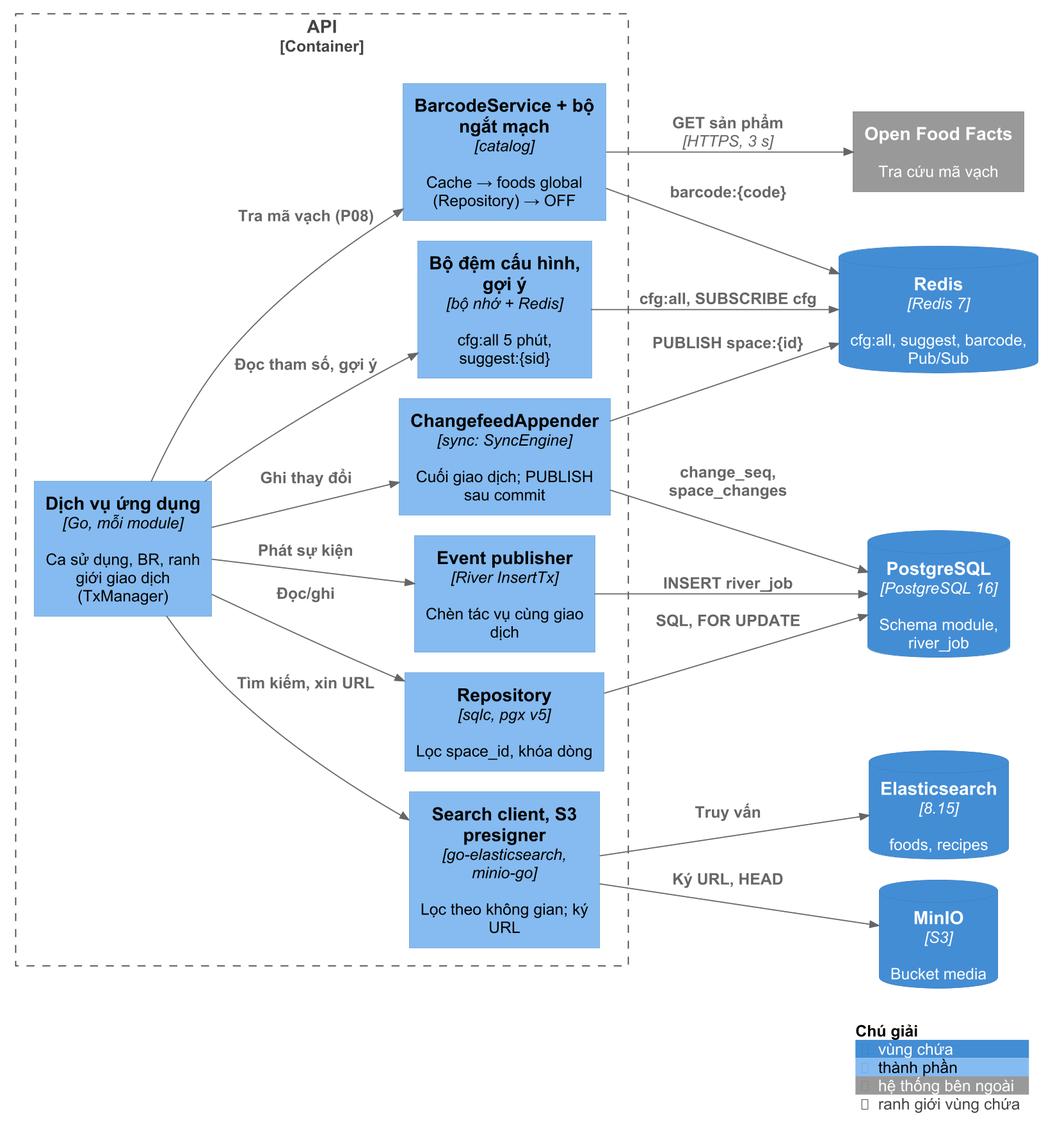
PhucNguyen204/report-project keeps this PlantUML diagram as figures/diagrams/c3-05b-c4-thanh-phan-api-ra.png. Above is the earlier version.
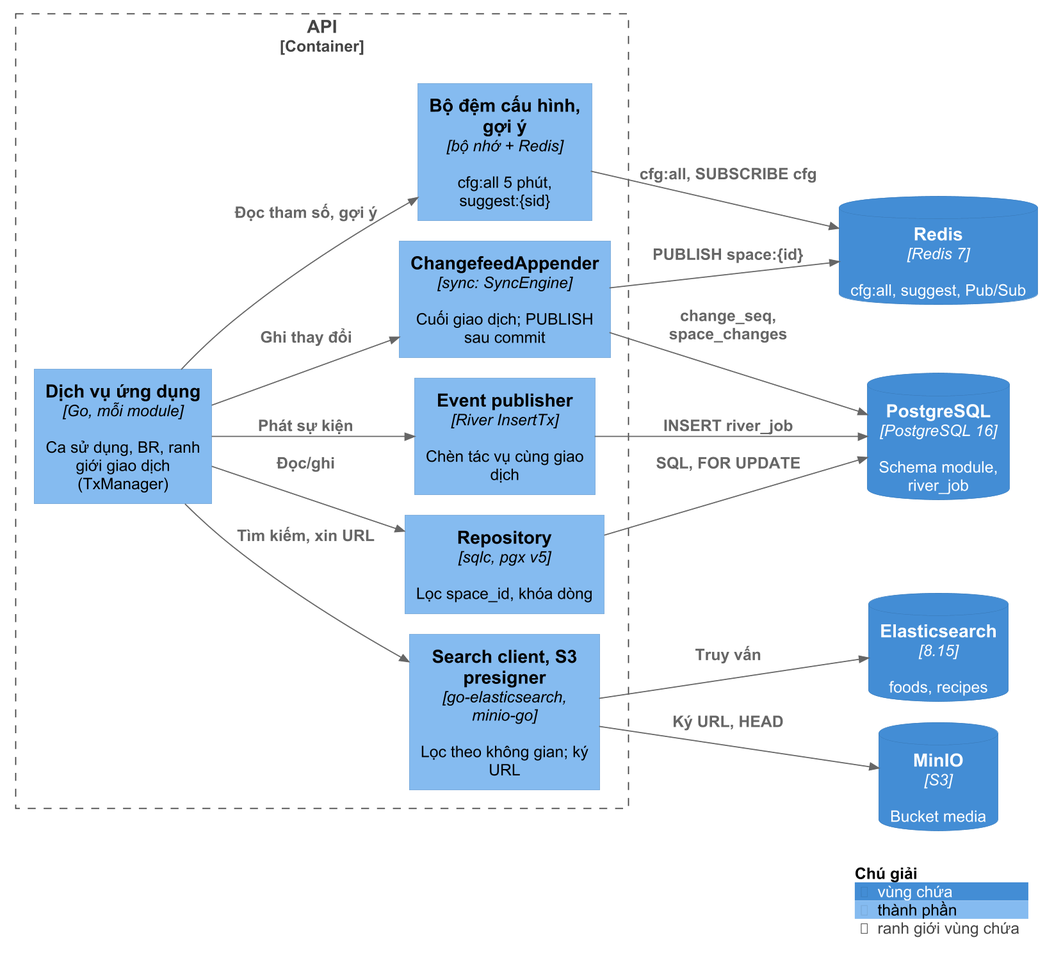
After the commit.

What changed in the source:
```diff
@@ -18,7 +18,6 @@
 
 Container_Boundary(api, "API") {
   Component(svc, "Dịch vụ ứng dụng", "Go, mỗi module", "Ca sử dụng, BR, ranh giới giao dịch (TxManager)")
-  Component(bc, "BarcodeService + bộ ngắt mạch", "catalog", "Cache → foods global (Repository) → OFF")
   Component(cache, "Bộ đệm cấu hình, gợi ý", "bộ nhớ + Redis", "cfg:all 5 phút, suggest:{sid}")
   Component(cf, "ChangefeedAppender", "sync: SyncEngine", "Cuối giao dịch; PUBLISH sau commit")
   Component(pub, "Event publisher", "River InsertTx", "Chèn tác vụ cùng giao dịch")
@@ -26,20 +25,16 @@
   Component(ext, "Search client, S3 presigner", "go-elasticsearch, minio-go", "Lọc theo không gian; ký URL")
 }
 
-System_Ext(off, "Open Food Facts", "Tra cứu mã vạch")
-ContainerDb(redis, "Redis", "Redis 7", "cfg:all, suggest, barcode, Pub/Sub")
+ContainerDb(redis, "Redis", "Redis 7", "cfg:all, suggest, Pub/Sub")
 ContainerDb(pg, "PostgreSQL", "PostgreSQL 16", "Schema module, river_job")
 ContainerDb(es, "Elasticsearch", "8.15", "foods, recipes")
 ContainerDb(minio, "MinIO", "S3", "Bucket media")
 
-Rel(svc, bc, "Tra mã vạch (P08)")
 Rel(svc, cache, "Đọc tham số, gợi ý")
 Rel(svc, cf, "Ghi thay đổi")
 Rel(svc, pub, "Phát sự kiện")
 Rel(svc, repo, "Đọc/ghi")
 Rel(svc, ext, "Tìm kiếm, xin URL")
-Rel(bc, off, "GET sản phẩm", "HTTPS, 3 s")
-Rel(bc, redis, "barcode:{code}")
 Rel(cache, redis, "cfg:all, SUBSCRIBE cfg")
 Rel(cf, redis, "PUBLISH space:{id}")
 Rel(cf, pg, "change_seq, space_changes")
```
